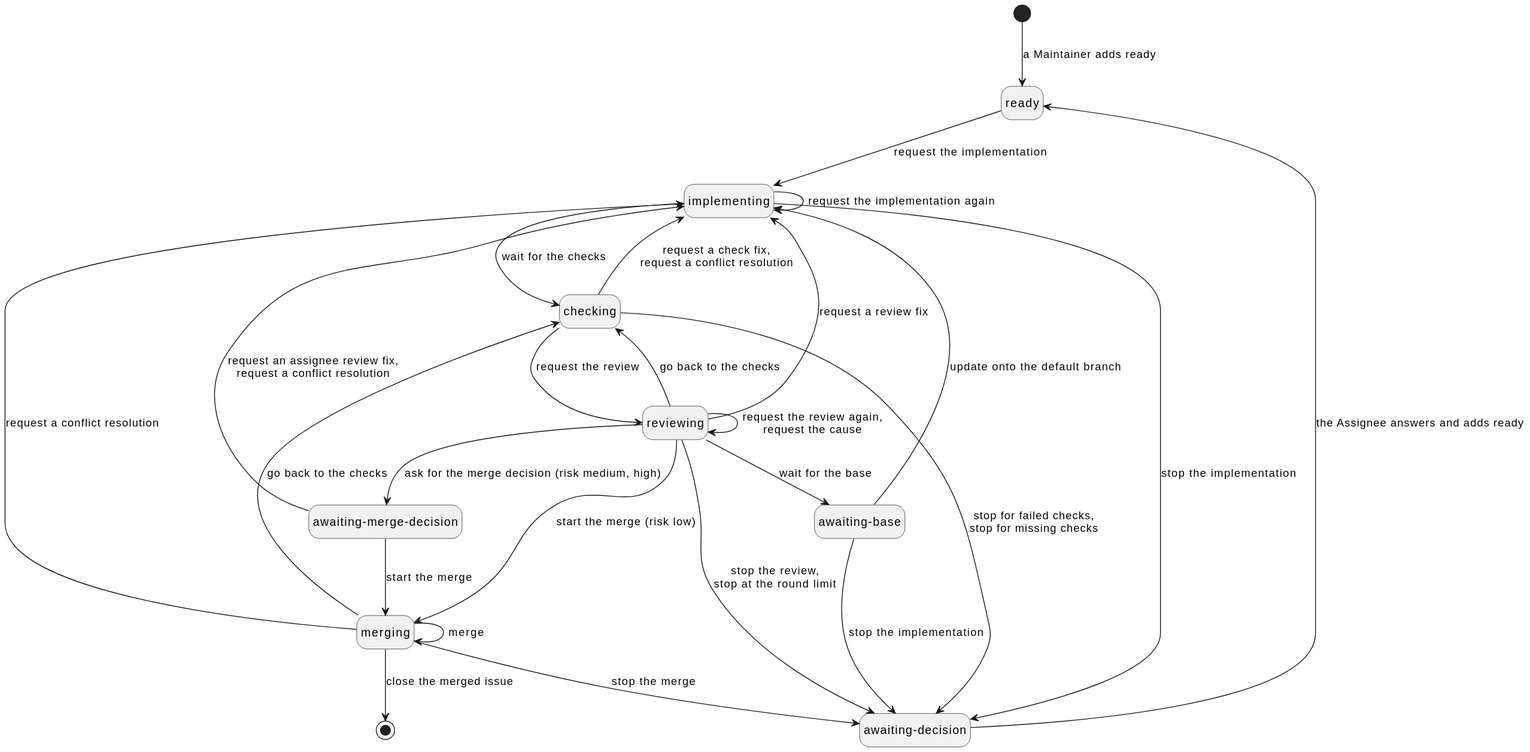
This is docs/ja/requirements/implementation-issue-states.svg from cloveclovedev/cumin-works, a PlantUML export, as it was before one commit.
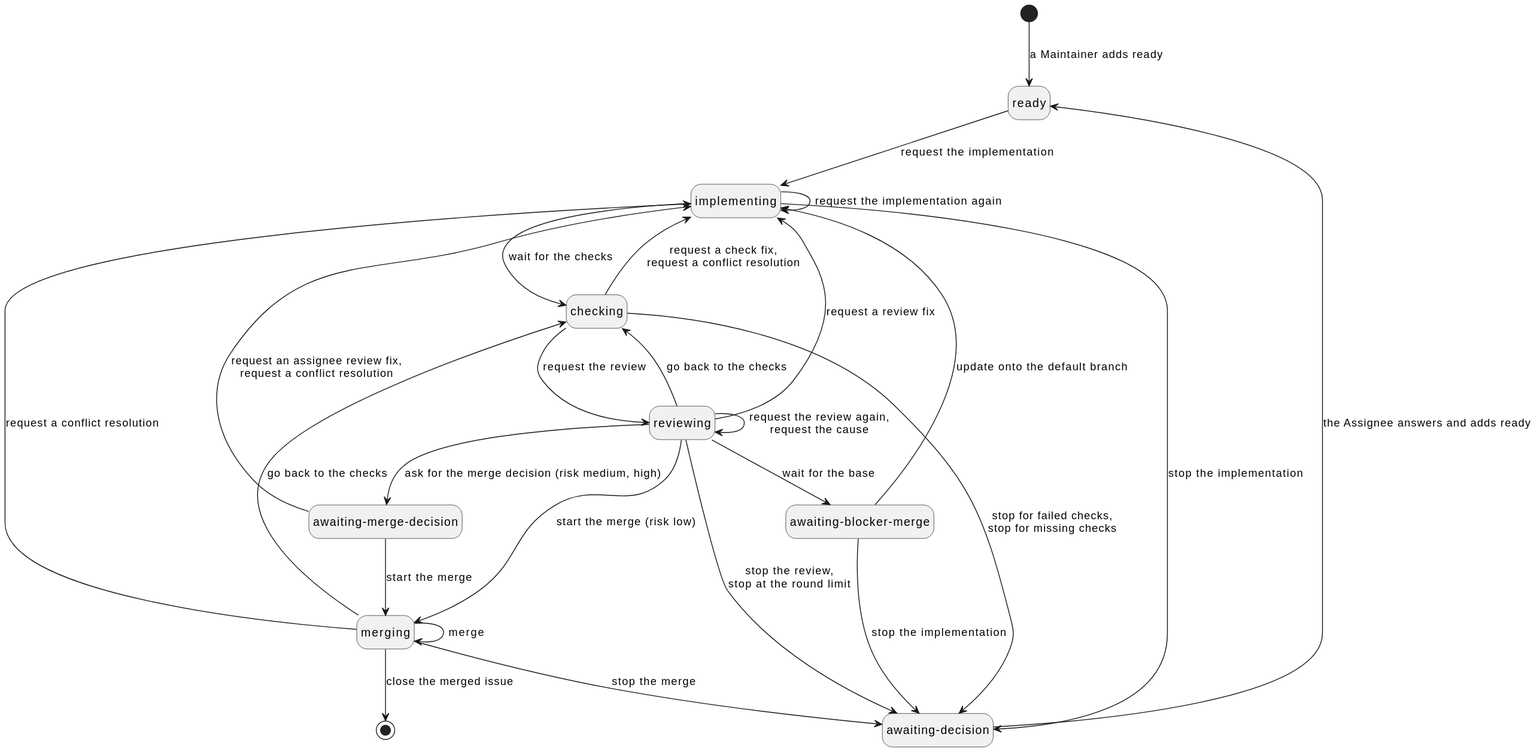
The same diagram one commit later.

Change to the diagram source:
```diff
@@ -7,7 +7,7 @@
 state "checking" as Checking
 state "reviewing" as Reviewing
 state "awaiting-merge-decision" as MergeDecision
-state "awaiting-base" as AwaitingBase
+state "awaiting-blocker-merge" as AwaitingBase
 state "merging" as Merging
 state "awaiting-decision" as Decision
 
```
